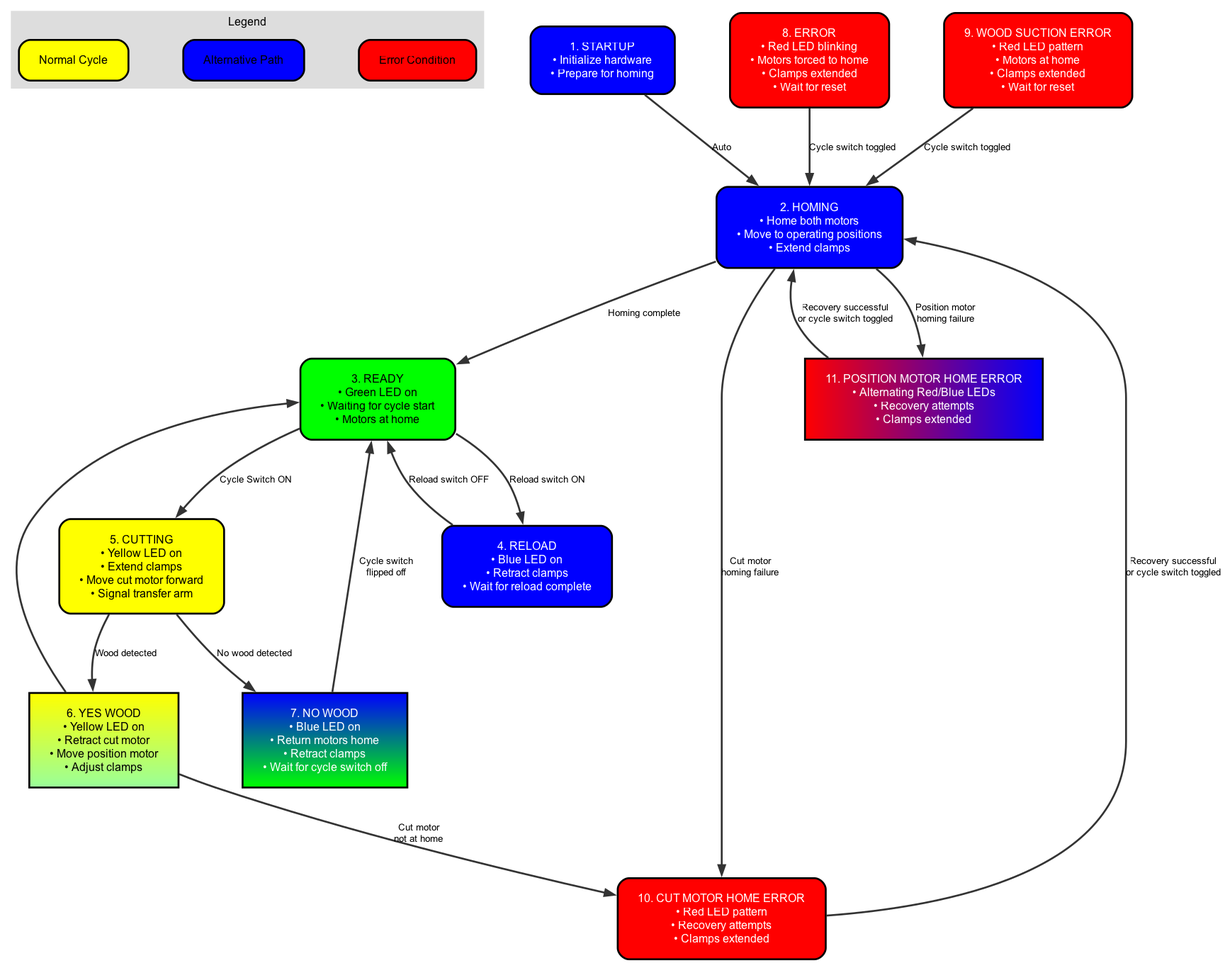
akivaweil/Stage-1-Mar25 keeps this Graphviz diagram as flowcharts/cutting_machine_flowchart.png. Above is the earlier version. Its source is kept beside it as flowcharts/cutting_machine_flowchart.dot.
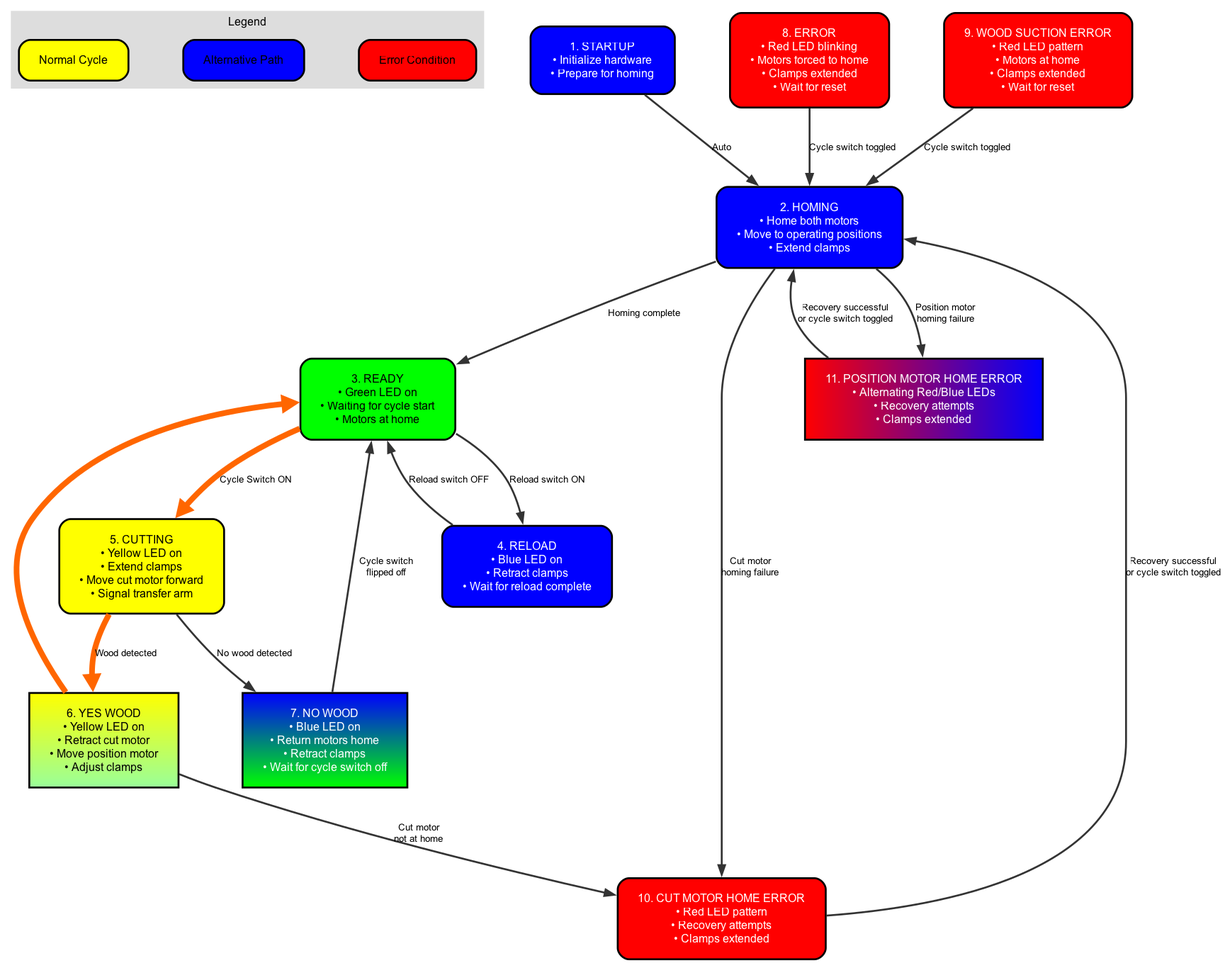
The same diagram one commit later.

Commit message:
Made normal cycle paths more visible with thicker, colored lines

Change to the diagram source:
```diff
@@ -1,43 +1,46 @@
-digraph StateMachine { graph [rankdir=TB, fontname="Arial", splines=true, nodesep=0.8, ranksep=1.0]; node [shape=rect, style=rounded, fontname="Arial", fontsize=12, style="filled,rounded", margin="0.3,0.2", penwidth=2.0]; edge [fontname="Arial", fontsize=10, color="#333333", penwidth=2.0]; subgraph cluster_legend { label="Legend"; style=filled; color="#DDDDDD"; fontname="Arial"; fontsize=12; legend_main [label="Normal Cycle", fillcolor="#FFFF00", style="filled,rounded"]; legend_alt [label="Alternative Path", fillcolor="#0000FF", style="filled,rounded"]; legend_error [label="Error Condition", fillcolor="#FF0000", style="filled,rounded"]; } START [label="1. STARTUP
-• Initialize hardware
-• Prepare for homing", fillcolor="#0000FF", fontcolor="white"]; HOMING [label="2. HOMING
-• Home both motors
-• Move to operating positions
-• Extend clamps", fillcolor="#0000FF", fontcolor="white"]; READY [label="3. READY
-• Green LED on
-• Waiting for cycle start
-• Motors at home", fillcolor="#00FF00"]; RELOAD [label="4. RELOAD
-• Blue LED on
-• Retract clamps
-• Wait for reload complete", fillcolor="#0000FF", fontcolor="white"]; CUTTING [label="5. CUTTING
-• Yellow LED on
-• Extend clamps
-• Move cut motor forward
-• Signal transfer arm", fillcolor="#FFFF00"]; YESWOOD [label="6. YES WOOD
-• Yellow LED on
-• Retract cut motor
-• Move position motor
-• Adjust clamps", style="filled", fillcolor="#FFFF00:#99FF99", gradientangle=270]; NOWOOD [label="7. NO WOOD
-• Blue LED on
-• Return motors home
-• Retract clamps
-• Wait for cycle switch off", style="filled", fillcolor="#0000FF:#00FF00", fontcolor="white", gradientangle=270]; ERROR [label="8. ERROR
-• Red LED blinking
-• Motors forced to home
-• Clamps extended
-• Wait for reset", fillcolor="#FF0000", fontcolor="white"]; WOOD_SUCTION_ERROR [label="9. WOOD SUCTION ERROR
-• Red LED pattern
-• Motors at home
-• Clamps extended
-• Wait for reset", fillcolor="#FF0000", fontcolor="white"]; CUT_MOTOR_HOME_ERROR [label="10. CUT MOTOR HOME ERROR
-• Red LED pattern
-• Recovery attempts
-• Clamps extended", fillcolor="#FF0000", fontcolor="white"]; POSITION_MOTOR_HOME_ERROR [label="11. POSITION MOTOR HOME ERROR
-• Alternating Red/Blue LEDs
-• Recovery attempts
-• Clamps extended", style="filled", fillcolor="#FF0000:#0000FF", fontcolor="white", gradientangle=0]; START -> HOMING [label="Auto"]; HOMING -> READY [label="Homing complete"]; HOMING -> CUT_MOTOR_HOME_ERROR [label="Cut motor
-homing failure"]; HOMING -> POSITION_MOTOR_HOME_ERROR [label="Position motor
-homing failure"]; READY -> CUTTING [label="Cycle Switch ON"]; READY -> RELOAD [label="Reload switch ON"]; RELOAD -> READY [label="Reload switch OFF"]; CUTTING -> YESWOOD [label="Wood detected"]; CUTTING -> NOWOOD [label="No wood detected"]; YESWOOD -> READY; YESWOOD -> CUT_MOTOR_HOME_ERROR [label="Cut motor\nnot at home"]; NOWOOD -> READY [label="Cycle switch
-flipped off"]; WOOD_SUCTION_ERROR -> HOMING [label="Cycle switch toggled"]; CUT_MOTOR_HOME_ERROR -> HOMING [label="Recovery successful
-or cycle switch toggled"]; POSITION_MOTOR_HOME_ERROR -> HOMING [label="Recovery successful
-or cycle switch toggled"]; ERROR -> HOMING [label="Cycle switch toggled"]; }
+digraph StateMachine {
+  graph [rankdir=TB, fontname="Arial", nodesep=0.8, ranksep=1.0, splines=true];
+  node [shape=rect, style=rounded, fontname="Arial", fontsize=12, style="filled,rounded", margin="0.3,0.2", penwidth=2.0];
+  edge [fontname="Arial", fontsize=10, color="#333333", penwidth=2.0];
+
+  subgraph cluster_legend {
+    label="Legend";
+    style=filled;
+    color="#DDDDDD";
+    fontname="Arial";
+    fontsize=12;
+    legend_main [label="Normal Cycle", fillcolor="#FFFF00", style="filled,rounded"];
+    legend_alt [label="Alternative Path", fillcolor="#0000FF", style="filled,rounded"];
+    legend_error [label="Error Condition", fillcolor="#FF0000", style="filled,rounded"];
+  }
+
+  START [label="1. STARTUP\n• Initialize hardware\n• Prepare for homing", fillcolor="#0000FF", fontcolor="white"];
+  HOMING [label="2. HOMING\n• Home both motors\n• Move to operating positions\n• Extend clamps", fillcolor="#0000FF", fontcolor="white"];
+  READY [label="3. READY\n• Green LED on\n• Waiting for cycle start\n• Motors at home", fillcolor="#00FF00"];
+  RELOAD [label="4. RELOAD\n• Blue LED on\n• Retract clamps\n• Wait for reload complete", fillcolor="#0000FF", fontcolor="white"];
+  CUTTING [label="5. CUTTING\n• Yellow LED on\n• Extend clamps\n• Move cut motor forward\n• Signal transfer arm", fillcolor="#FFFF00"];
+  YESWOOD [label="6. YES WOOD\n• Yellow LED on\n• Retract cut motor\n• Move position motor\n• Adjust clamps", style="filled", fillcolor="#FFFF00:#99FF99", gradientangle=270];
+  NOWOOD [label="7. NO WOOD\n• Blue LED on\n• Return motors home\n• Retract clamps\n• Wait for cycle switch off", style="filled", fillcolor="#0000FF:#00FF00", fontcolor="white", gradientangle=270];
+  ERROR [label="8. ERROR\n• Red LED blinking\n• Motors forced to home\n• Clamps extended\n• Wait for reset", fillcolor="#FF0000", fontcolor="white"];
+  WOOD_SUCTION_ERROR [label="9. WOOD SUCTION ERROR\n• Red LED pattern\n• Motors at home\n• Clamps extended\n• Wait for reset", fillcolor="#FF0000", fontcolor="white"];
+  CUT_MOTOR_HOME_ERROR [label="10. CUT MOTOR HOME ERROR\n• Red LED pattern\n• Recovery attempts\n• Clamps extended", fillcolor="#FF0000", fontcolor="white"];
+  POSITION_MOTOR_HOME_ERROR [label="11. POSITION MOTOR HOME ERROR\n• Alternating Red/Blue LEDs\n• Recovery attempts\n• Clamps extended", style="filled", fillcolor="#FF0000:#0000FF", fontcolor="white", gradientangle=0];
+
+  READY -> CUTTING [label="Cycle Switch ON", penwidth=6.0, color="#FF6600", style="bold"];
+  CUTTING -> YESWOOD [label="Wood detected", penwidth=6.0, color="#FF6600", style="bold"];
+  YESWOOD -> READY [penwidth=6.0, color="#FF6600", style="bold"];
+
+  START -> HOMING [label="Auto"];
+  HOMING -> READY [label="Homing complete"];
+  HOMING -> CUT_MOTOR_HOME_ERROR [label="Cut motor\nhoming failure"];
+  HOMING -> POSITION_MOTOR_HOME_ERROR [label="Position motor\nhoming failure"];
+  READY -> RELOAD [label="Reload switch ON"];
+  RELOAD -> READY [label="Reload switch OFF"];
+  CUTTING -> NOWOOD [label="No wood detected"];
+  YESWOOD -> CUT_MOTOR_HOME_ERROR [label="Cut motor\nnot at home"];
+  NOWOOD -> READY [label="Cycle switch\nflipped off"];
+  WOOD_SUCTION_ERROR -> HOMING [label="Cycle switch toggled"];
+  CUT_MOTOR_HOME_ERROR -> HOMING [label="Recovery successful\nor cycle switch toggled"];
+  POSITION_MOTOR_HOME_ERROR -> HOMING [label="Recovery successful\nor cycle switch toggled"];
+  ERROR -> HOMING [label="Cycle switch toggled"];
+}
```
